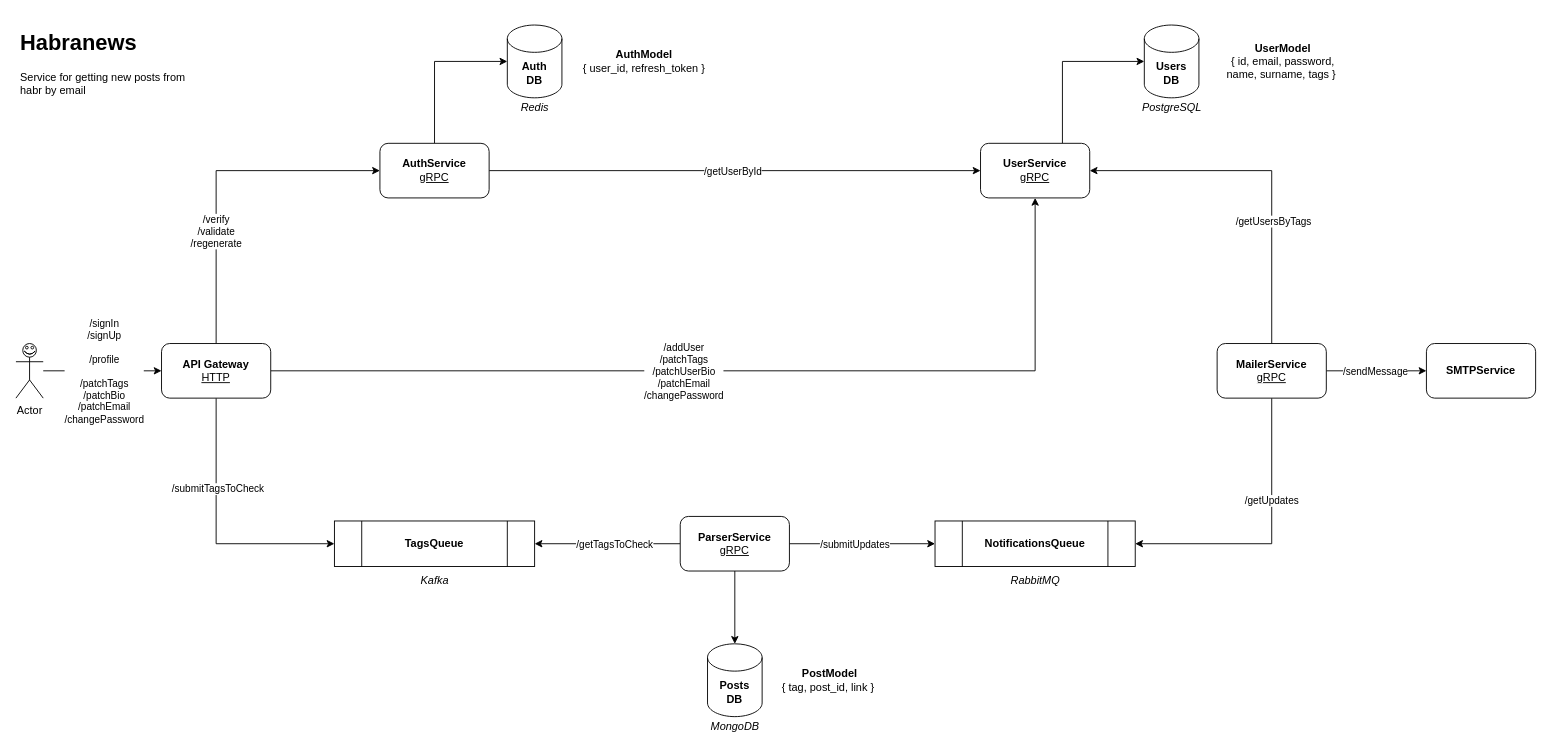
Earlier version of the draw.io diagram page "Architecture" (1 of 3) of news-alert-architecture.drawio (ythosa/habranews). Source tidied: cells renumbered, new cells numbered last; positions are measured from the earlier drawing's top-left corner, leaving out a move shared by most shapes. Both pictures are drawn from the tidied source at 91%, with x=0, y=0 at pixel (15, 25).
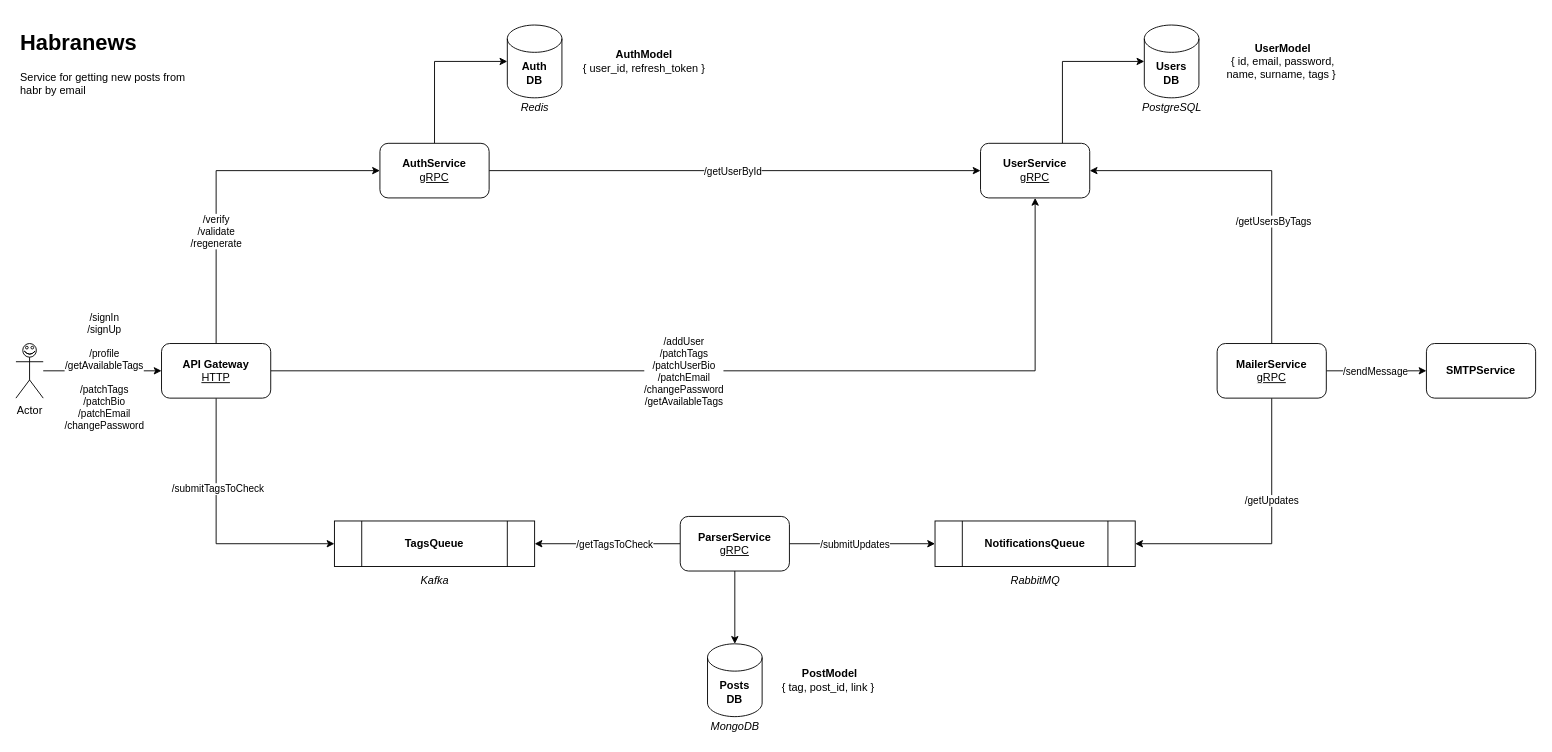
After the change.

Unchanged cells that the change refers to:
```xml
<mxCell id="4" style="edgeStyle=orthogonalEdgeStyle;rounded=0;jettySize=auto;html=1;exitX=1;exitY=0.5;exitDx=0;exitDy=0;entryX=0.5;entryY=1;entryDx=0;entryDy=0;" parent="1" edge="1" source="8" target="10">
  <mxGeometry relative="1" as="geometry" />
</mxCell>
<mxCell id="34" style="edgeStyle=orthogonalEdgeStyle;rounded=0;jettySize=auto;html=1;entryX=0;entryY=0.5;entryDx=0;entryDy=0;" parent="1" edge="1" source="36" target="8">
  <mxGeometry relative="1" as="geometry" />
</mxCell>
```

What changed in the source:
```diff
@@
-    <mxCell id="5" value="/addUser&lt;br&gt;/patchTags&lt;br&gt;/patchUserBio&lt;br&gt;/patchEmail&lt;br&gt;/changePassword" style="edgeLabel;html=1;align=center;verticalAlign=middle;" parent="4" vertex="1">
+    <mxCell id="5" value="/addUser&lt;br&gt;/patchTags&lt;br&gt;/patchUserBio&lt;br&gt;/patchEmail&lt;br&gt;/changePassword&lt;br&gt;/getAvailableTags" style="edgeLabel;html=1;align=center;verticalAlign=middle;" parent="4" vertex="1">
       <mxGeometry x="-0.12" y="-5" relative="1" as="geometry">
         <mxPoint y="-5" as="offset" />
       </mxGeometry>
     </mxCell>
@@
-    <mxCell id="35" value="/signIn&lt;br&gt;/signUp&lt;br&gt;&lt;br&gt;/profile&lt;br&gt;&lt;br&gt;/patchTags&lt;br&gt;/patchBio&lt;br&gt;/patchEmail&lt;br&gt;/changePassword" style="edgeLabel;html=1;align=center;verticalAlign=middle;" parent="34" vertex="1">
+    <mxCell id="35" value="/signIn&lt;br&gt;/signUp&lt;br&gt;&lt;br&gt;/profile&lt;br&gt;/getAvailableTags&lt;br&gt;&lt;br&gt;/patchTags&lt;br&gt;/patchBio&lt;br&gt;/patchEmail&lt;br&gt;/changePassword" style="edgeLabel;html=1;align=center;verticalAlign=middle;" parent="34" vertex="1">
       <mxGeometry x="-0.18" y="-3" relative="1" as="geometry">
         <mxPoint x="13" y="-3" as="offset" />
       </mxGeometry>
     </mxCell>
```
